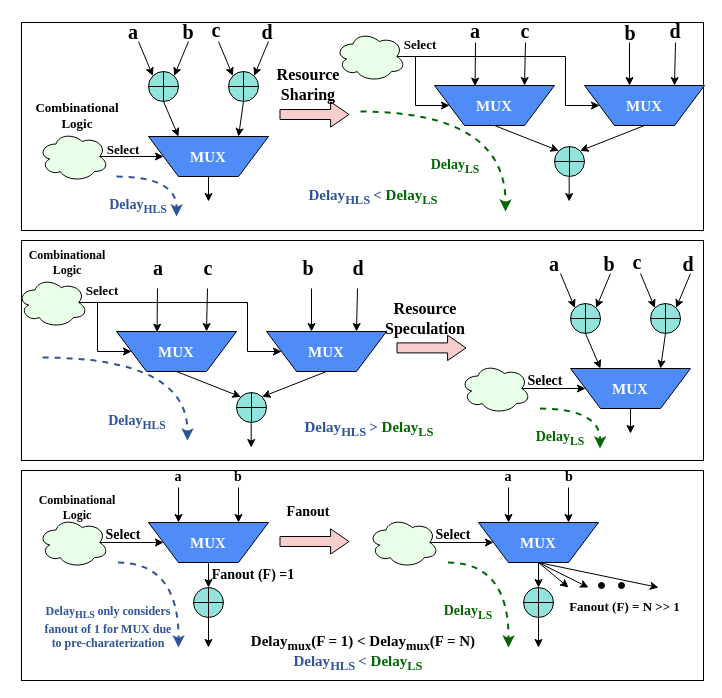
Before: hlsls.drawio in kxzhu0505/Delay-Padding-For-Multi-corner, a draw.io diagram. Source tidied: cells renumbered, new cells numbered last; positions are measured from the earlier drawing's top-left corner, leaving out a move shared by most shapes. Both pictures are drawn from the tidied source at 100%, with x=0, y=0 at pixel (17, 19).
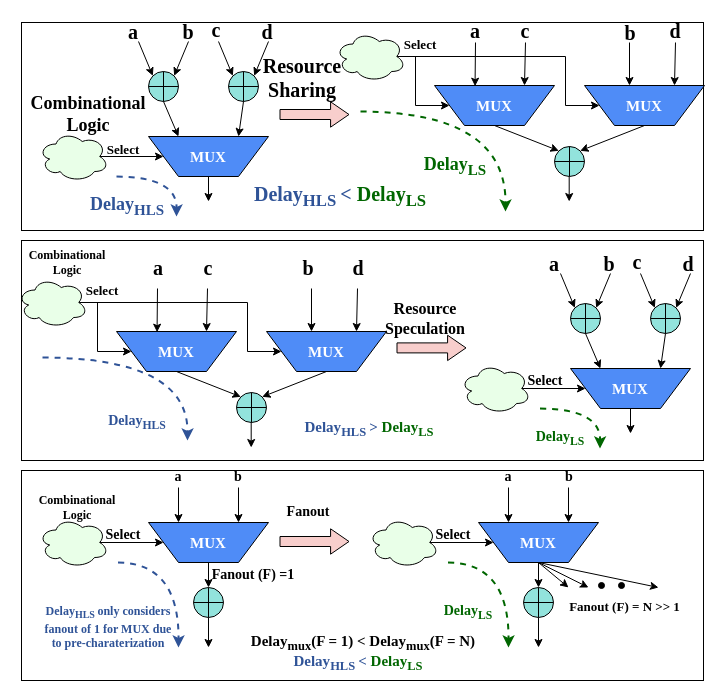
The same page after the edit.

What changed in the source:
```diff
@@
-    <mxCell id="15" value="&lt;font style=&quot;font-size: 13px;&quot;&gt;Combinational&lt;/font&gt;&lt;div&gt;&lt;font style=&quot;font-size: 13px;&quot;&gt;Logic&lt;/font&gt;&lt;/div&gt;" style="text;html=1;align=center;verticalAlign=middle;whiteSpace=wrap;rounded=0;fontFamily=Times New Roman;fontStyle=1;" parent="1" vertex="1">
-      <mxGeometry x="10" y="81" width="100" height="30" as="geometry" />
+    <mxCell id="15" value="&lt;font style=&quot;font-size: 18px;&quot;&gt;Combinational&lt;/font&gt;&lt;div&gt;&lt;font style=&quot;font-size: 18px;&quot;&gt;Logic&lt;/font&gt;&lt;/div&gt;" style="text;html=1;align=center;verticalAlign=middle;whiteSpace=wrap;rounded=0;fontFamily=Times New Roman;fontStyle=1;" parent="1" vertex="1">
+      <mxGeometry x="21" y="80" width="100" height="30" as="geometry" />
     </mxCell>
@@
-    <mxCell id="31" value="&lt;font style=&quot;font-size: 16px;&quot;&gt;&lt;b style=&quot;&quot;&gt;Resource&lt;/b&gt;&lt;/font&gt;&lt;div&gt;&lt;font style=&quot;font-size: 16px;&quot;&gt;&lt;b style=&quot;&quot;&gt;Sharing&lt;/b&gt;&lt;/font&gt;&lt;/div&gt;" style="text;html=1;align=center;verticalAlign=middle;whiteSpace=wrap;rounded=0;fontFamily=Times New Roman;" parent="1" vertex="1">
-      <mxGeometry x="241" y="50" width="100" height="30" as="geometry" />
+    <mxCell id="31" value="&lt;font style=&quot;font-size: 20px;&quot;&gt;&lt;b style=&quot;&quot;&gt;Resource&lt;/b&gt;&lt;/font&gt;&lt;div&gt;&lt;font style=&quot;font-size: 20px;&quot;&gt;&lt;b style=&quot;&quot;&gt;Sharing&lt;/b&gt;&lt;/font&gt;&lt;/div&gt;" style="text;html=1;align=center;verticalAlign=middle;whiteSpace=wrap;rounded=0;fontFamily=Times New Roman;" parent="1" vertex="1">
+      <mxGeometry x="235" y="43" width="100" height="30" as="geometry" />
     </mxCell>
@@
-    <mxCell id="44" value="&lt;font style=&quot;color: rgb(47, 83, 151);&quot;&gt;Delay&lt;sub&gt;HLS&lt;/sub&gt;&lt;/font&gt;" style="text;html=1;align=center;verticalAlign=middle;whiteSpace=wrap;rounded=0;fontFamily=Times New Roman;fontStyle=1;fontSize=14;" parent="1" vertex="1">
-      <mxGeometry x="71" y="172" width="100" height="30" as="geometry" />
+    <mxCell id="44" value="&lt;font style=&quot;color: rgb(47, 83, 151); font-size: 18px;&quot;&gt;Delay&lt;sub&gt;HLS&lt;/sub&gt;&lt;/font&gt;" style="text;html=1;align=center;verticalAlign=middle;whiteSpace=wrap;rounded=0;fontFamily=Times New Roman;fontStyle=1;fontSize=14;" parent="1" vertex="1">
+      <mxGeometry x="60" y="172" width="100" height="30" as="geometry" />
     </mxCell>
@@
-    <mxCell id="46" value="&lt;span&gt;&lt;font style=&quot;color: rgb(0, 102, 0);&quot;&gt;Delay&lt;sub&gt;LS&lt;/sub&gt;&lt;/font&gt;&lt;/span&gt;" style="text;html=1;align=center;verticalAlign=middle;whiteSpace=wrap;rounded=0;fontFamily=Times New Roman;fontStyle=1;fontSize=14;" parent="1" vertex="1">
+    <mxCell id="46" value="&lt;span&gt;&lt;font style=&quot;color: rgb(0, 102, 0); font-size: 18px;&quot;&gt;Delay&lt;sub&gt;LS&lt;/sub&gt;&lt;/font&gt;&lt;/span&gt;" style="text;html=1;align=center;verticalAlign=middle;whiteSpace=wrap;rounded=0;fontFamily=Times New Roman;fontStyle=1;fontSize=14;" parent="1" vertex="1">
       <mxGeometry x="388" y="132" width="100" height="30" as="geometry" />
     </mxCell>
@@
-    <mxCell id="49" value="&lt;font style=&quot;font-size: 15px;&quot;&gt;&lt;font style=&quot;&quot;&gt;&lt;font style=&quot;color: rgb(47, 83, 151);&quot;&gt;Delay&lt;sub style=&quot;&quot;&gt;HLS&amp;nbsp;&lt;/sub&gt;&amp;lt;&amp;nbsp;&lt;/font&gt;&lt;/font&gt;&lt;font style=&quot;color: rgb(0, 102, 0);&quot;&gt;Delay&lt;sub style=&quot;&quot;&gt;LS&lt;/sub&gt;&lt;/font&gt;&lt;/font&gt;" style="text;html=1;align=center;verticalAlign=middle;whiteSpace=wrap;rounded=0;fontFamily=Times New Roman;fontStyle=1;" parent="1" vertex="1">
-      <mxGeometry x="291" y="162" width="130" height="30" as="geometry" />
+    <mxCell id="49" value="&lt;font style=&quot;font-size: 20px;&quot;&gt;&lt;font style=&quot;&quot;&gt;&lt;font style=&quot;color: rgb(47, 83, 151);&quot;&gt;Delay&lt;sub style=&quot;&quot;&gt;HLS&amp;nbsp;&lt;/sub&gt;&amp;lt;&amp;nbsp;&lt;/font&gt;&lt;/font&gt;&lt;font style=&quot;color: rgb(0, 102, 0);&quot;&gt;Delay&lt;sub style=&quot;&quot;&gt;LS&lt;/sub&gt;&lt;/font&gt;&lt;/font&gt;" style="text;html=1;align=center;verticalAlign=middle;whiteSpace=wrap;rounded=0;fontFamily=Times New Roman;fontStyle=1;" parent="1" vertex="1">
+      <mxGeometry x="258" y="162" width="130" height="30" as="geometry" />
     </mxCell>
```
